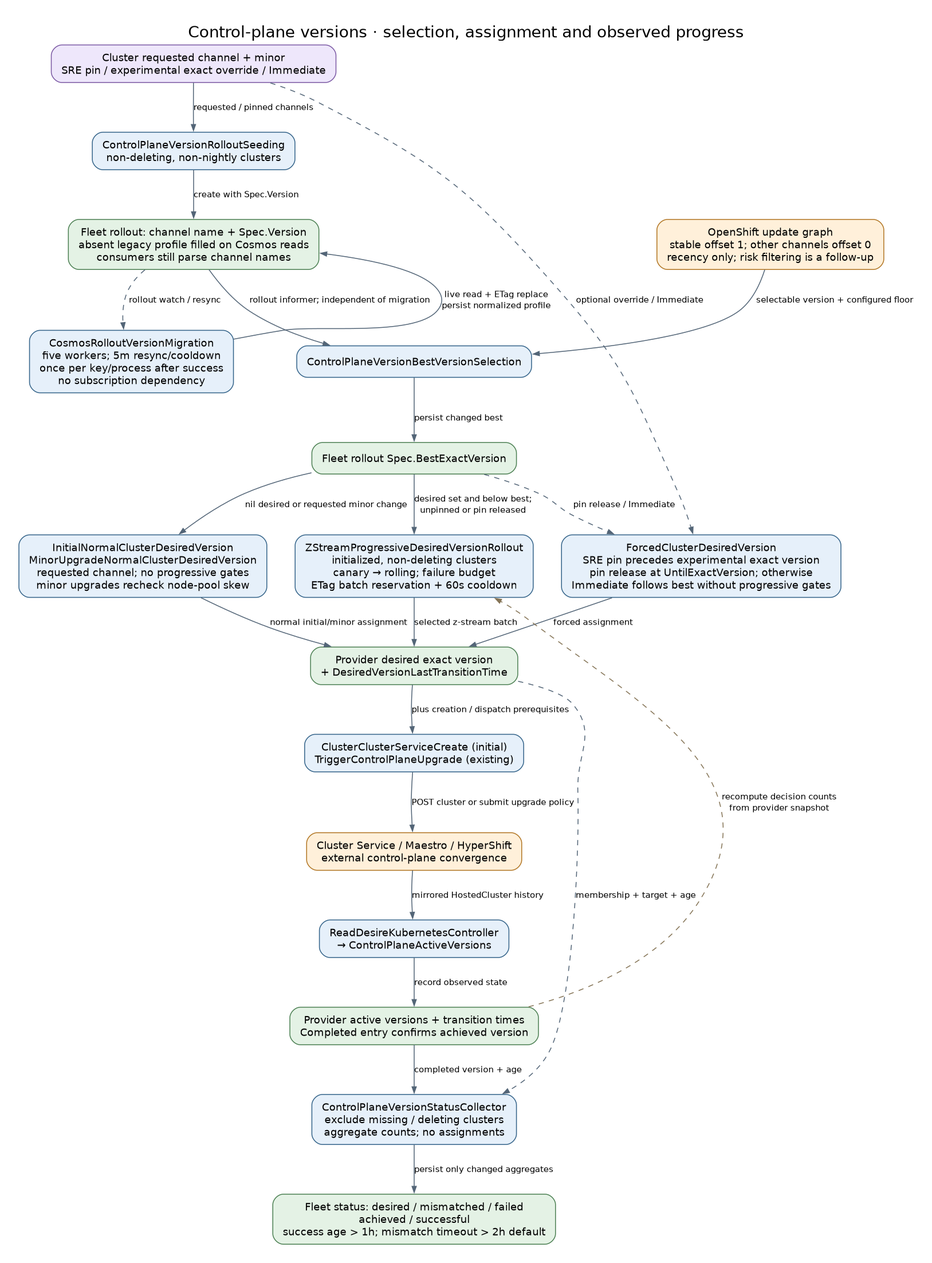
Earlier version of the Graphviz export docs/diagrams/controller-flows/control-plane-version-rollout.png (Azure/ARO-HCP). Its source is kept beside it as docs/diagrams/controller-flows/control-plane-version-rollout.dot.
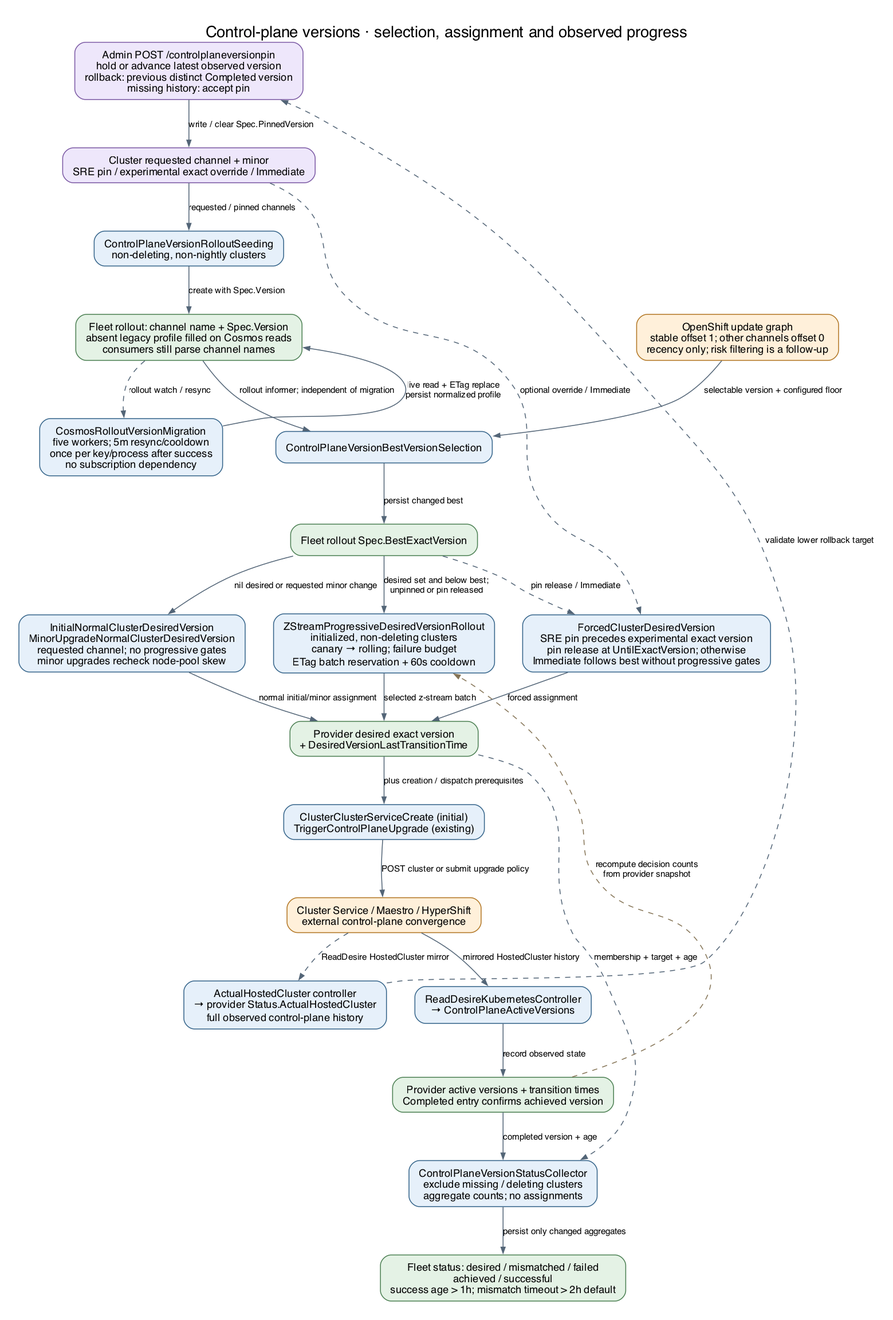
After the change.

Commit message:
feat(admin): add version pin endpoint for single cluster z-stream rollback

Diff of the diagram source:
```diff
@@ -3,6 +3,8 @@
   node [shape=box, style="rounded,filled", fillcolor="#e6f0fa", color="#35648a", fontname="DejaVu Sans", fontsize=12, margin="0.16,0.10"];
   edge [color="#536577", fontname="DejaVu Sans", fontsize=10, arrowsize=0.7];
   request [label="Cluster requested channel + minor\nSRE pin / experimental exact override / Immediate", fillcolor="#eee7fb", color="#7b59a4"];
+  pin [label="Admin POST /controlplaneversionpin\nhold or advance latest observed version\nrollback: previous distinct Completed version\nmissing history: accept pin", fillcolor="#eee7fb", color="#7b59a4"];
+  actual [label="ActualHostedCluster controller\n→ provider Status.ActualHostedCluster\nfull observed control-plane history"];
   seed [label="ControlPlaneVersionRolloutSeeding\nnon-deleting, non-nightly clusters"];
   rollout [label="Fleet rollout: channel name + Spec.Version\nabsent legacy profile filled on Cosmos reads\nconsumers still parse channel names", fillcolor="#e4f2e5", color="#4c8053"];
   migration [label="CosmosRolloutVersionMigration\nfive workers; 5m resync/cooldown\nonce per key/process after success\nno subscription dependency"];
@@ -20,6 +22,7 @@
   status [label="ControlPlaneVersionStatusCollector\nexclude missing / deleting clusters\naggregate counts; no assignments"];
   counts [label="Fleet status: desired / mismatched / failed\nachieved / successful\nsuccess age > 1h; mismatch timeout > 2h default", fillcolor="#e4f2e5", color="#4c8053"];
   request -> seed [label="requested / pinned channels"];
+  pin -> request [label="write / clear Spec.PinnedVersion"];
   seed -> rollout [label="create with Spec.Version"];
   rollout -> best [label="rollout informer; independent of migration"];
   rollout -> migration [label="rollout watch / resync", style=dashed];
@@ -36,6 +39,8 @@
   desired -> dispatch [label="plus creation / dispatch prerequisites"];
   dispatch -> external [label="POST cluster or submit upgrade policy"];
   external -> observe [label="mirrored HostedCluster history"];
+  external -> actual [label="ReadDesire HostedCluster mirror", style=dashed];
+  actual -> pin [label="validate lower rollback target", style=dashed, constraint=false];
   observe -> history [label="record observed state"];
   history -> status [label="completed version + age"];
   desired -> status [label="membership + target + age", style=dashed, constraint=false];
```
